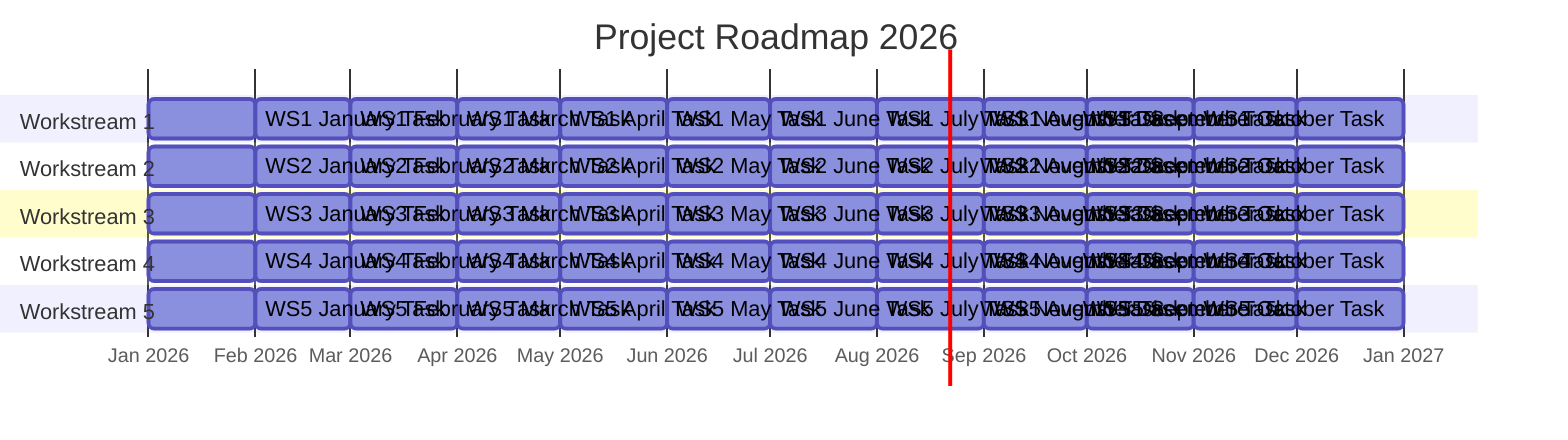
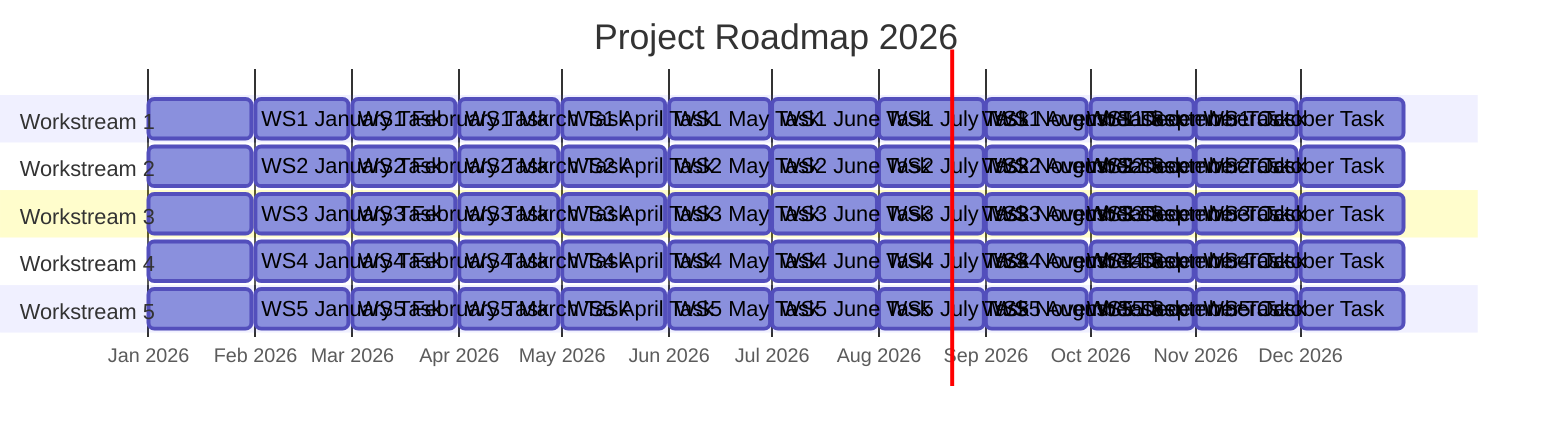
---
displayMode: compact
---
gantt
    title Project Roadmap 2026
    dateFormat YYYY-MM-DD
    axisFormat %b %Y
    tickInterval 1month

    section Workstream 1
-     %% Q1
-     WS1 January Task    : ws1_jan,  2026-01-01, 31d
-     WS1 February Task   : ws1_feb,  2026-02-01, 28d
-     WS1 March Task      : ws1_mar,  2026-03-01, 31d
-     %% Q2
-     WS1 April Task      : ws1_apr,  2026-04-01, 30d
-     WS1 May Task        : ws1_may,  2026-05-01, 31d
-     WS1 June Task       : ws1_jun,  2026-06-01, 30d
-     %% Q3
-     WS1 July Task       : ws1_jul,  2026-07-01, 31d
-     WS1 August Task     : ws1_aug,  2026-08-01, 31d
-     WS1 September Task  : ws1_sep,  2026-09-01, 30d
-     %% Q4
-     WS1 October Task    : ws1_oct,  2026-10-01, 31d
-     WS1 November Task   : ws1_nov,  2026-11-01, 30d
-     WS1 December Task   : ws1_dec,  2026-12-01, 31d
+     WS1 January Task    : ws1_jan,  2026-01-01, 2026-01-31
+     WS1 February Task   : ws1_feb,  2026-02-01, 2026-02-28
+     WS1 March Task      : ws1_mar,  2026-03-01, 2026-03-31
+     WS1 April Task      : ws1_apr,  2026-04-01, 2026-04-30
+     WS1 May Task        : ws1_may,  2026-05-01, 2026-05-31
+     WS1 June Task       : ws1_jun,  2026-06-01, 2026-06-30
+     WS1 July Task       : ws1_jul,  2026-07-01, 2026-07-31
+     WS1 August Task     : ws1_aug,  2026-08-01, 2026-08-31
+     WS1 September Task  : ws1_sep,  2026-09-01, 2026-09-30
+     WS1 October Task    : ws1_oct,  2026-10-01, 2026-10-31
+     WS1 November Task   : ws1_nov,  2026-11-01, 2026-11-30
+     WS1 December Task   : ws1_dec,  2026-12-01, 2026-12-31

    section Workstream 2
-     %% Q1
-     WS2 January Task    : ws2_jan,  2026-01-01, 31d
-     WS2 February Task   : ws2_feb,  2026-02-01, 28d
-     WS2 March Task      : ws2_mar,  2026-03-01, 31d
-     %% Q2
-     WS2 April Task      : ws2_apr,  2026-04-01, 30d
-     WS2 May Task        : ws2_may,  2026-05-01, 31d
-     WS2 June Task       : ws2_jun,  2026-06-01, 30d
-     %% Q3
-     WS2 July Task       : ws2_jul,  2026-07-01, 31d
-     WS2 August Task     : ws2_aug,  2026-08-01, 31d
-     WS2 September Task  : ws2_sep,  2026-09-01, 30d
-     %% Q4
-     WS2 October Task    : ws2_oct,  2026-10-01, 31d
-     WS2 November Task   : ws2_nov,  2026-11-01, 30d
-     WS2 December Task   : ws2_dec,  2026-12-01, 31d
+     WS2 January Task    : ws2_jan,  2026-01-01, 2026-01-31
+     WS2 February Task   : ws2_feb,  2026-02-01, 2026-02-28
+     WS2 March Task      : ws2_mar,  2026-03-01, 2026-03-31
+     WS2 April Task      : ws2_apr,  2026-04-01, 2026-04-30
+     WS2 May Task        : ws2_may,  2026-05-01, 2026-05-31
+     WS2 June Task       : ws2_jun,  2026-06-01, 2026-06-30
+     WS2 July Task       : ws2_jul,  2026-07-01, 2026-07-31
+     WS2 August Task     : ws2_aug,  2026-08-01, 2026-08-31
+     WS2 September Task  : ws2_sep,  2026-09-01, 2026-09-30
+     WS2 October Task    : ws2_oct,  2026-10-01, 2026-10-31
+     WS2 November Task   : ws2_nov,  2026-11-01, 2026-11-30
+     WS2 December Task   : ws2_dec,  2026-12-01, 2026-12-31

    section Workstream 3
-     %% Q1
-     WS3 January Task    : ws3_jan,  2026-01-01, 31d
-     WS3 February Task   : ws3_feb,  2026-02-01, 28d
-     WS3 March Task      : ws3_mar,  2026-03-01, 31d
-     %% Q2
-     WS3 April Task      : ws3_apr,  2026-04-01, 30d
-     WS3 May Task        : ws3_may,  2026-05-01, 31d
-     WS3 June Task       : ws3_jun,  2026-06-01, 30d
-     %% Q3
-     WS3 July Task       : ws3_jul,  2026-07-01, 31d
-     WS3 August Task     : ws3_aug,  2026-08-01, 31d
-     WS3 September Task  : ws3_sep,  2026-09-01, 30d
-     %% Q4
-     WS3 October Task    : ws3_oct,  2026-10-01, 31d
-     WS3 November Task   : ws3_nov,  2026-11-01, 30d
-     WS3 December Task   : ws3_dec,  2026-12-01, 31d
+     WS3 January Task    : ws3_jan,  2026-01-01, 2026-01-31
+     WS3 February Task   : ws3_feb,  2026-02-01, 2026-02-28
+     WS3 March Task      : ws3_mar,  2026-03-01, 2026-03-31
+     WS3 April Task      : ws3_apr,  2026-04-01, 2026-04-30
+     WS3 May Task        : ws3_may,  2026-05-01, 2026-05-31
+     WS3 June Task       : ws3_jun,  2026-06-01, 2026-06-30
+     WS3 July Task       : ws3_jul,  2026-07-01, 2026-07-31
+     WS3 August Task     : ws3_aug,  2026-08-01, 2026-08-31
+     WS3 September Task  : ws3_sep,  2026-09-01, 2026-09-30
+     WS3 October Task    : ws3_oct,  2026-10-01, 2026-10-31
+     WS3 November Task   : ws3_nov,  2026-11-01, 2026-11-30
+     WS3 December Task   : ws3_dec,  2026-12-01, 2026-12-31

    section Workstream 4
-     %% Q1
-     WS4 January Task    : ws4_jan,  2026-01-01, 31d
-     WS4 February Task   : ws4_feb,  2026-02-01, 28d
-     WS4 March Task      : ws4_mar,  2026-03-01, 31d
-     %% Q2
-     WS4 April Task      : ws4_apr,  2026-04-01, 30d
-     WS4 May Task        : ws4_may,  2026-05-01, 31d
-     WS4 June Task       : ws4_jun,  2026-06-01, 30d
-     %% Q3
-     WS4 July Task       : ws4_jul,  2026-07-01, 31d
-     WS4 August Task     : ws4_aug,  2026-08-01, 31d
-     WS4 September Task  : ws4_sep,  2026-09-01, 30d
-     %% Q4
-     WS4 October Task    : ws4_oct,  2026-10-01, 31d
-     WS4 November Task   : ws4_nov,  2026-11-01, 30d
-     WS4 December Task   : ws4_dec,  2026-12-01, 31d
+     WS4 January Task    : ws4_jan,  2026-01-01, 2026-01-31
+     WS4 February Task   : ws4_feb,  2026-02-01, 2026-02-28
+     WS4 March Task      : ws4_mar,  2026-03-01, 2026-03-31
+     WS4 April Task      : ws4_apr,  2026-04-01, 2026-04-30
+     WS4 May Task        : ws4_may,  2026-05-01, 2026-05-31
+     WS4 June Task       : ws4_jun,  2026-06-01, 2026-06-30
+     WS4 July Task       : ws4_jul,  2026-07-01, 2026-07-31
+     WS4 August Task     : ws4_aug,  2026-08-01, 2026-08-31
+     WS4 September Task  : ws4_sep,  2026-09-01, 2026-09-30
+     WS4 October Task    : ws4_oct,  2026-10-01, 2026-10-31
+     WS4 November Task   : ws4_nov,  2026-11-01, 2026-11-30
+     WS4 December Task   : ws4_dec,  2026-12-01, 2026-12-31

    section Workstream 5
-     %% Q1
-     WS5 January Task    : ws5_jan,  2026-01-01, 31d
-     WS5 February Task   : ws5_feb,  2026-02-01, 28d
-     WS5 March Task      : ws5_mar,  2026-03-01, 31d
-     %% Q2
-     WS5 April Task      : ws5_apr,  2026-04-01, 30d
-     WS5 May Task        : ws5_may,  2026-05-01, 31d
-     WS5 June Task       : ws5_jun,  2026-06-01, 30d
-     %% Q3
-     WS5 July Task       : ws5_jul,  2026-07-01, 31d
-     WS5 August Task     : ws5_aug,  2026-08-01, 31d
-     WS5 September Task  : ws5_sep,  2026-09-01, 30d
-     %% Q4
-     WS5 October Task    : ws5_oct,  2026-10-01, 31d
-     WS5 November Task   : ws5_nov,  2026-11-01, 30d
-     WS5 December Task   : ws5_dec,  2026-12-01, 31d+     WS5 January Task    : ws5_jan,  2026-01-01, 2026-01-31
+     WS5 February Task   : ws5_feb,  2026-02-01, 2026-02-28
+     WS5 March Task      : ws5_mar,  2026-03-01, 2026-03-31
+     WS5 April Task      : ws5_apr,  2026-04-01, 2026-04-30
+     WS5 May Task        : ws5_may,  2026-05-01, 2026-05-31
+     WS5 June Task       : ws5_jun,  2026-06-01, 2026-06-30
+     WS5 July Task       : ws5_jul,  2026-07-01, 2026-07-31
+     WS5 August Task     : ws5_aug,  2026-08-01, 2026-08-31
+     WS5 September Task  : ws5_sep,  2026-09-01, 2026-09-30
+     WS5 October Task    : ws5_oct,  2026-10-01, 2026-10-31
+     WS5 November Task   : ws5_nov,  2026-11-01, 2026-11-30
+     WS5 December Task   : ws5_dec,  2026-12-01, 2026-12-31